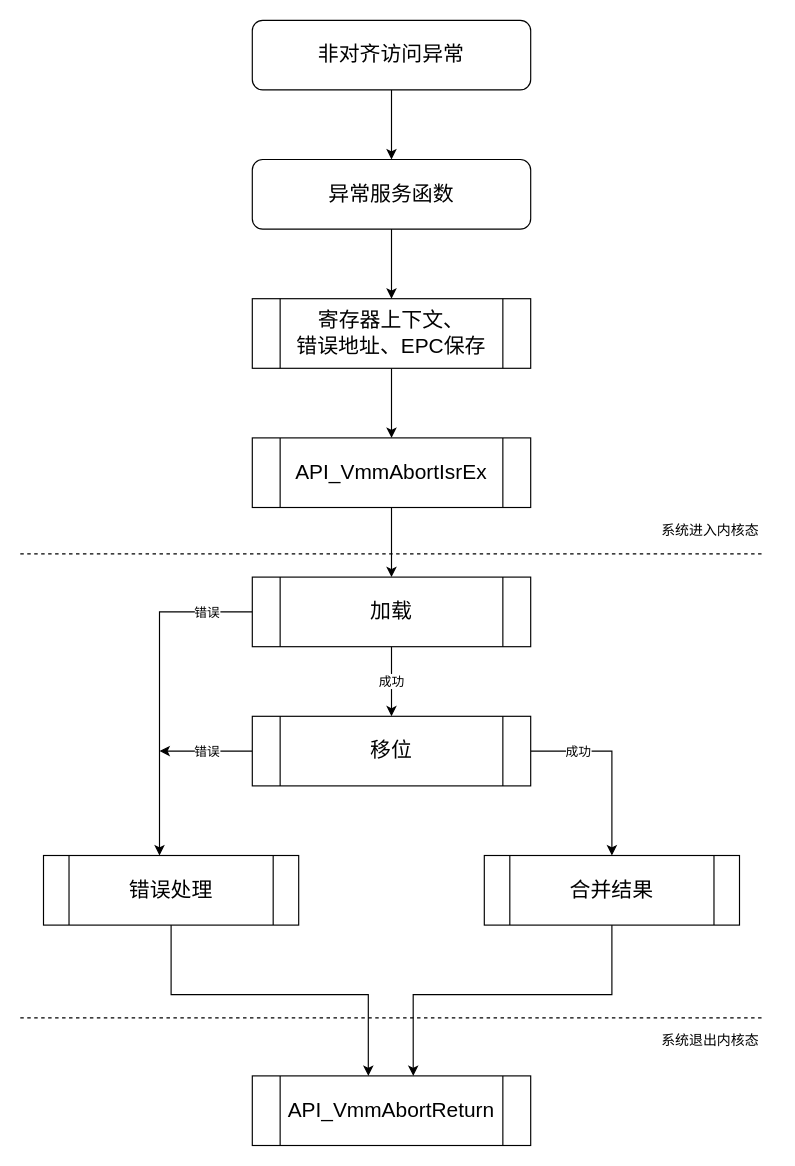
Before: page "软件流程图" (2 of 3) of draw/SylixOS handle unaligned acesses.drawio in peng-fan/drawio, a draw.io diagram. Source tidied: cells renumbered, new cells numbered last; positions are measured from the earlier drawing's top-left corner, leaving out a move shared by most shapes. Both pictures are drawn from the tidied source at 116%, with x=0, y=0 at pixel (20, 20).
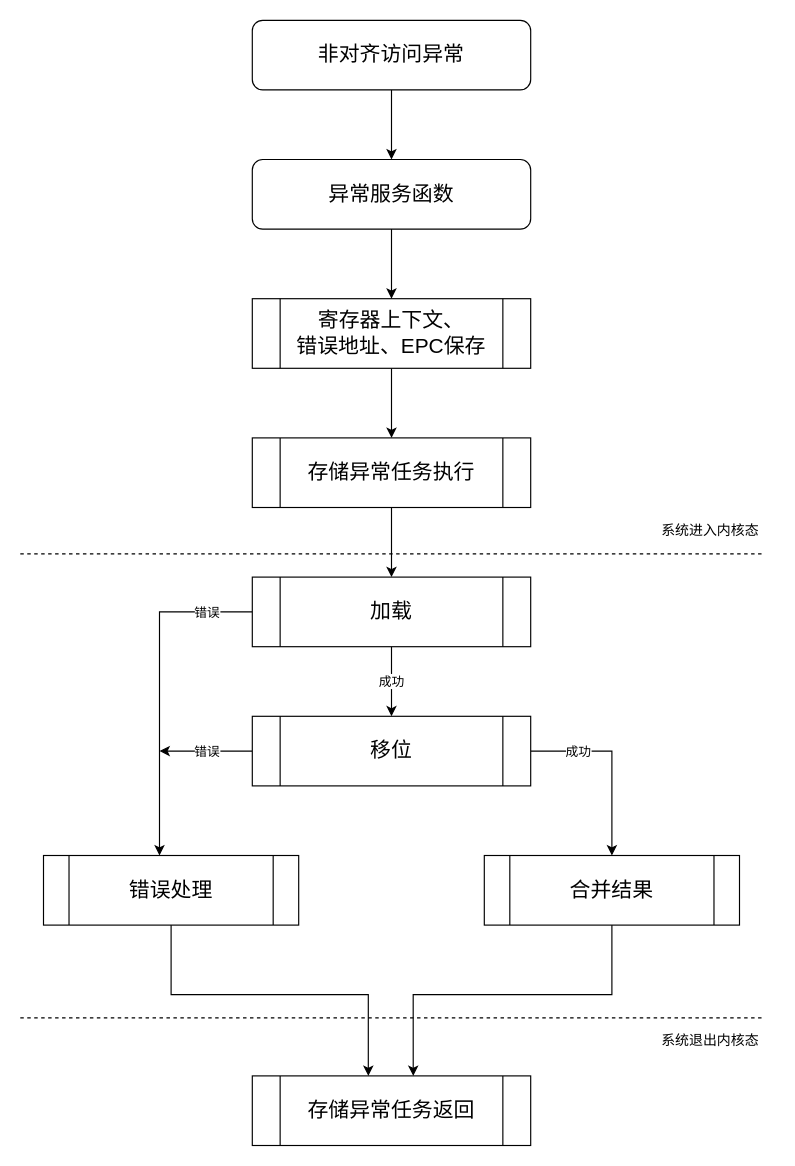
Above is the later version.

Diff of the diagram source:
```diff
@@
-    <mxCell id="22" value="&lt;span style=&quot;font-size: 18px ; text-align: left&quot;&gt;API_VmmAbortIsrEx&lt;/span&gt;" style="shape=process;whiteSpace=wrap;html=1;backgroundOutline=1;" parent="1" vertex="1">
+    <mxCell id="22" value="&lt;div style=&quot;text-align: left&quot;&gt;&lt;span style=&quot;font-size: 18px&quot;&gt;存储异常任务执行&lt;/span&gt;&lt;/div&gt;" style="shape=process;whiteSpace=wrap;html=1;backgroundOutline=1;" parent="1" vertex="1">
       <mxGeometry x="200" y="360" width="240" height="60" as="geometry" />
     </mxCell>
-    <mxCell id="23" value="&lt;span style=&quot;font-size: 18px ; text-align: left&quot;&gt;API_VmmAbortReturn&lt;/span&gt;" style="shape=process;whiteSpace=wrap;html=1;backgroundOutline=1;" parent="1" vertex="1">
+    <mxCell id="23" value="&lt;span style=&quot;font-size: 18px ; text-align: left&quot;&gt;存储异常任务返回&lt;/span&gt;" style="shape=process;whiteSpace=wrap;html=1;backgroundOutline=1;" parent="1" vertex="1">
       <mxGeometry x="200" y="910" width="240" height="60" as="geometry" />
     </mxCell>
```
